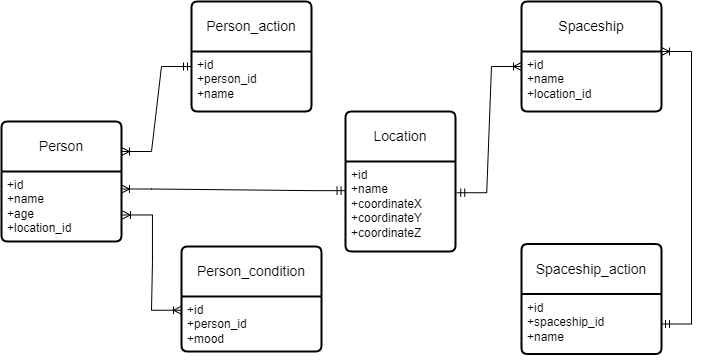
Above: DataBases/lab1/InfologicDiagram.drawio.png in EgorovaVarvara/ITMO (draw.io), before the change. Source tidied: cells renumbered, new cells last; positions are measured from the earlier drawing's top-left corner, leaving out a move shared by most shapes.
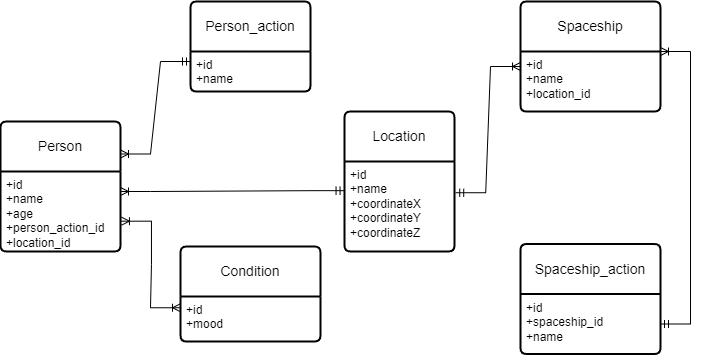
After the commit.

Change to the diagram source:
```diff
@@ -3,25 +3,25 @@
     <mxCell id="0" />
     <mxCell id="1" parent="0" />
     <mxCell id="2" value="Person" style="swimlane;horizontal=1;startSize=50;rounded=1;fontSize=14;fontStyle=0;strokeWidth=2;shadow=0;dashed=0;align=center;arcSize=4;whiteSpace=wrap;html=1;" parent="1" vertex="1">
-      <mxGeometry y="120" width="120" height="120" as="geometry" />
+      <mxGeometry y="120" width="120" height="130" as="geometry" />
     </mxCell>
-    <mxCell id="3" value="+id&lt;br&gt;+name&lt;br&gt;+age&lt;br&gt;+location_id" style="align=left;strokeColor=none;fillColor=none;spacingLeft=4;fontSize=12;verticalAlign=top;html=1;" parent="2" vertex="1">
-      <mxGeometry y="50" width="120" height="70" as="geometry" />
+    <mxCell id="3" value="+id&lt;br&gt;+name&lt;br&gt;+age&lt;br&gt;+person_action_id&lt;br&gt;+location_id" style="align=left;strokeColor=none;fillColor=none;spacingLeft=4;fontSize=12;verticalAlign=top;html=1;" parent="2" vertex="1">
+      <mxGeometry y="50" width="120" height="80" as="geometry" />
     </mxCell>
     <mxCell id="4" style="edgeStyle=orthogonalEdgeStyle;rounded=0;orthogonalLoop=1;jettySize=auto;html=1;exitX=0.5;exitY=1;exitDx=0;exitDy=0;" parent="2" edge="1" source="3" target="3">
       <mxGeometry relative="1" as="geometry" />
     </mxCell>
     <mxCell id="5" value="Person_action" style="swimlane;horizontal=1;startSize=50;rounded=1;fontSize=14;fontStyle=0;strokeWidth=2;shadow=0;dashed=0;align=center;arcSize=4;whiteSpace=wrap;html=1;" parent="1" vertex="1">
-      <mxGeometry x="190" width="120" height="110" as="geometry" />
+      <mxGeometry x="190" width="120" height="90" as="geometry" />
     </mxCell>
-    <mxCell id="6" value="+id&lt;br&gt;+person_id&lt;br&gt;+name" style="align=left;strokeColor=none;fillColor=none;spacingLeft=4;fontSize=12;verticalAlign=top;html=1;" parent="5" vertex="1">
-      <mxGeometry y="50" width="120" height="60" as="geometry" />
+    <mxCell id="6" value="+id&lt;br&gt;+name" style="align=left;strokeColor=none;fillColor=none;spacingLeft=4;fontSize=12;verticalAlign=top;html=1;" parent="5" vertex="1">
+      <mxGeometry y="50" width="120" height="40" as="geometry" />
     </mxCell>
-    <mxCell id="7" value="Person_condition" style="swimlane;horizontal=1;startSize=50;rounded=1;fontSize=14;fontStyle=0;strokeWidth=2;shadow=0;dashed=0;align=center;arcSize=4;whiteSpace=wrap;html=1;" parent="1" vertex="1">
-      <mxGeometry x="180" y="245" width="140" height="105" as="geometry" />
+    <mxCell id="7" value="Condition" style="swimlane;horizontal=1;startSize=50;rounded=1;fontSize=14;fontStyle=0;strokeWidth=2;shadow=0;dashed=0;align=center;arcSize=4;whiteSpace=wrap;html=1;" parent="1" vertex="1">
+      <mxGeometry x="180" y="245" width="140" height="95" as="geometry" />
     </mxCell>
-    <mxCell id="8" value="+id&lt;br&gt;+person_id&lt;br&gt;+mood" style="align=left;strokeColor=none;fillColor=none;spacingLeft=4;fontSize=12;verticalAlign=top;html=1;" parent="7" vertex="1">
-      <mxGeometry y="50" width="140" height="55" as="geometry" />
+    <mxCell id="8" value="+id&lt;br&gt;+mood" style="align=left;strokeColor=none;fillColor=none;spacingLeft=4;fontSize=12;verticalAlign=top;html=1;" parent="7" vertex="1">
+      <mxGeometry y="50" width="140" height="45" as="geometry" />
     </mxCell>
     <mxCell id="9" value="Location" style="swimlane;horizontal=1;startSize=50;rounded=1;fontSize=14;fontStyle=0;strokeWidth=2;shadow=0;dashed=0;align=center;arcSize=4;whiteSpace=wrap;html=1;" parent="1" vertex="1">
       <mxGeometry x="344" y="110" width="110" height="140" as="geometry" />
```
